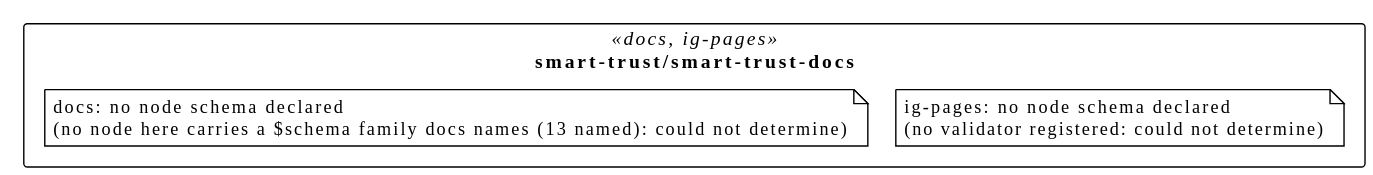
Earlier version of the PlantUML export assets/img/uml/overview/smart-trust/smart-trust-docs.svg (litlfred/smart-trust). The source it was exported from:
```plantuml
@startuml
!pragma layout elk
!theme plain
skinparam classAttributeIconSize 0
skinparam shadowing false
skinparam packageStyle rectangle
hide empty methods

package "smart-trust/smart-trust-docs" as pkg_smart_trust_smart_trust_docs <<docs, ig-pages>> {
  note "docs: no node schema declared\n(no node here carries a $schema family docs names (13 named): could not determine)" as n_smart_trust_smart_trust_docs_docs
  note "ig-pages: no node schema declared\n(no validator registered: could not determine)" as n_smart_trust_smart_trust_docs_ig_pages
}
@enduml
```
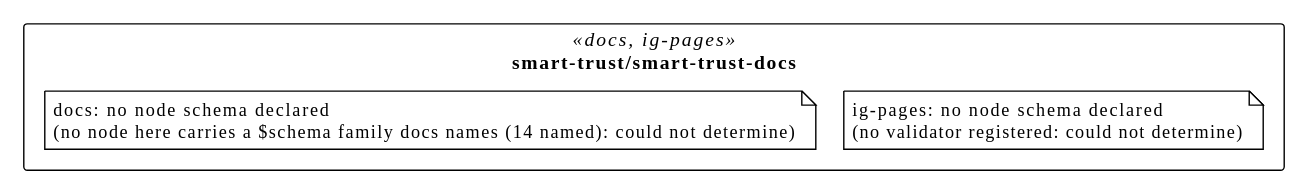
Later version of the same file.

Change to the diagram source:
```diff
@@ -7,7 +7,7 @@
 hide empty methods
 
 package "smart-trust/smart-trust-docs" as pkg_smart_trust_smart_trust_docs <<docs, ig-pages>> {
-  note "docs: no node schema declared\n(no node here carries a $schema family docs names (13 named): could not determine)" as n_smart_trust_smart_trust_docs_docs
+  note "docs: no node schema declared\n(no node here carries a $schema family docs names (14 named): could not determine)" as n_smart_trust_smart_trust_docs_docs
   note "ig-pages: no node schema declared\n(no validator registered: could not determine)" as n_smart_trust_smart_trust_docs_ig_pages
 }
 @enduml
```
